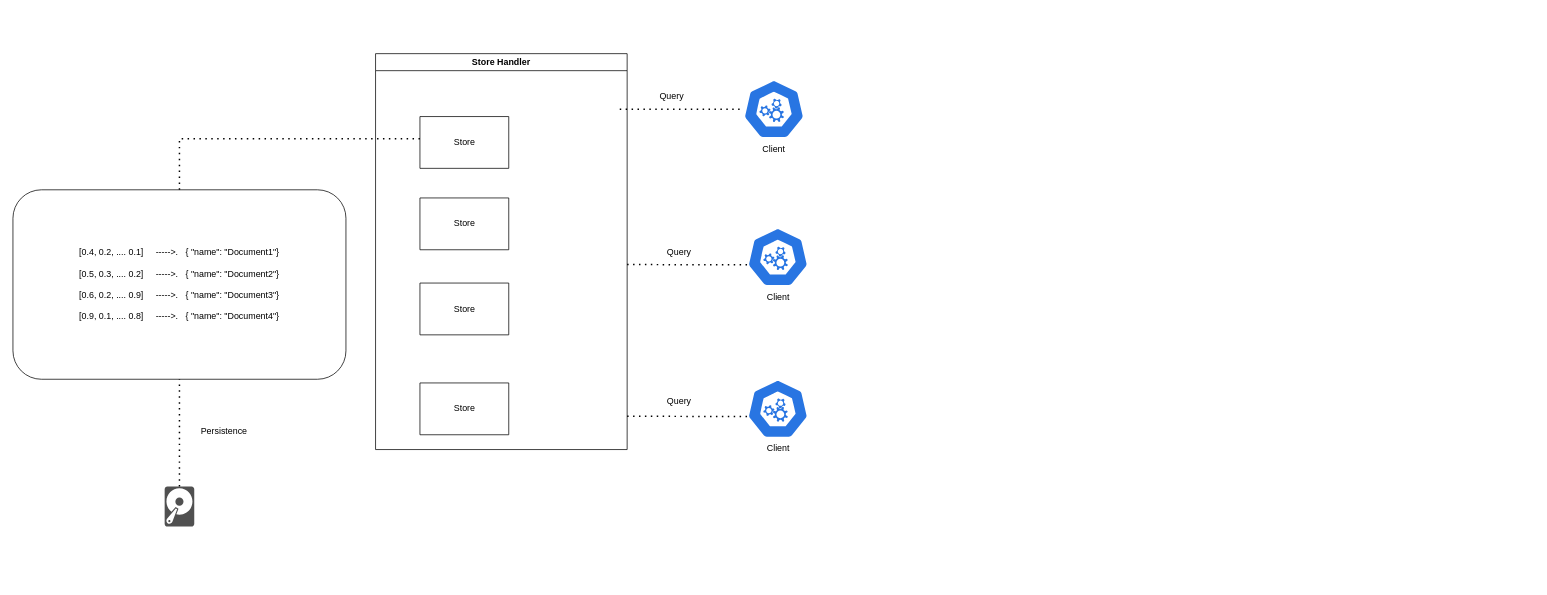
Before: assets/ahnlich.drawio in deven96/ahnlich, a draw.io diagram. Source tidied: cells renumbered, new cells numbered last; positions are measured from the earlier drawing's top-left corner, leaving out a move shared by most shapes. Both pictures are drawn from the tidied source at 74%, with x=0, y=0 at pixel (13, 53).
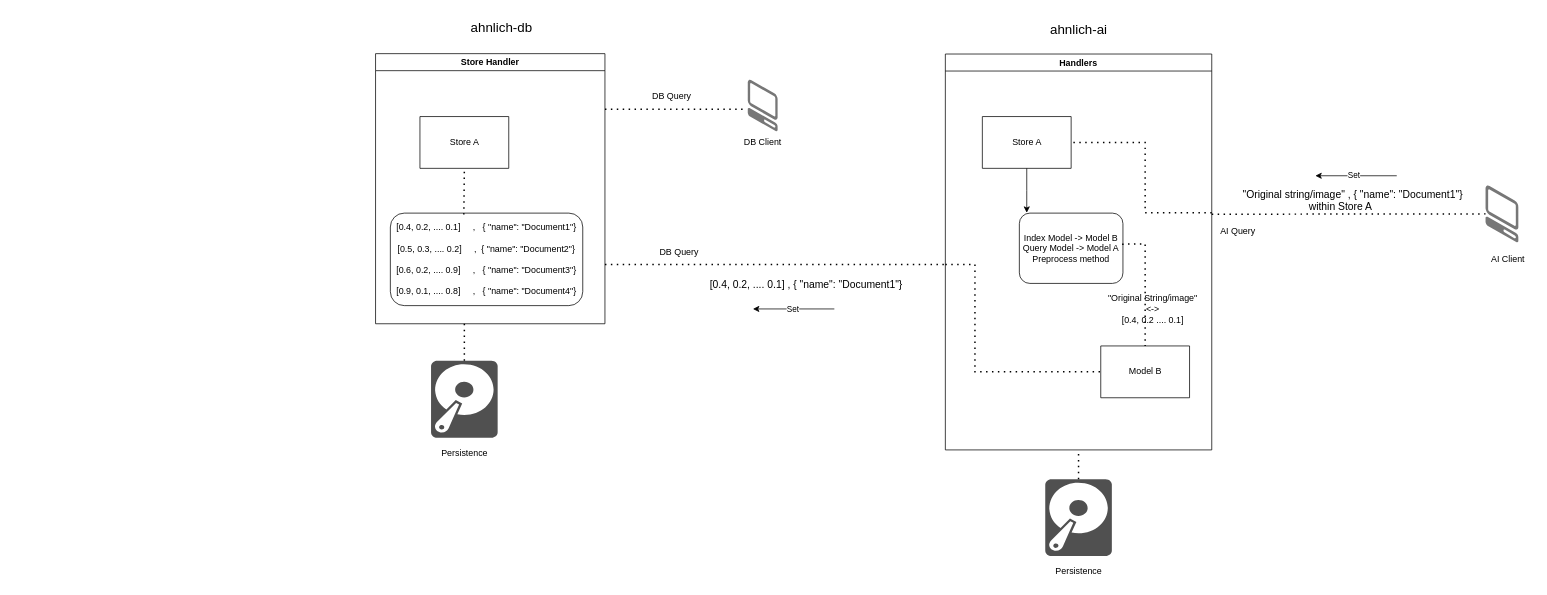
Above is the later version.

Commit message (it also covers changes not shown here):
Updating README and arch diagram

Unchanged cells that the change refers to:
```xml
<mxCell id="2" style="swimlane;startSize=0;" parent="1" vertex="1">
  <mxGeometry x="550" y="85" width="120" height="70" as="geometry" />
</mxCell>
```

Change to the diagram source:
```diff
@@
-    <mxCell id="3" value="Store" style="text;html=1;align=center;verticalAlign=middle;strokeColor=none;fillColor=none;" parent="2" vertex="1">
-      <mxGeometry x="35" y="20" width="50" height="30" as="geometry" />
+    <mxCell id="3" value="Store A" style="text;html=1;align=center;verticalAlign=middle;strokeColor=none;fillColor=none;" parent="2" vertex="1">
+      <mxGeometry x="30" y="20" width="60" height="30" as="geometry" />
     </mxCell>
-    <mxCell id="4" style="swimlane;startSize=0;" parent="1" vertex="1">
-      <mxGeometry x="550" y="195" width="120" height="70" as="geometry" />
-    </mxCell>
-    <mxCell id="5" value="Store" style="text;html=1;align=center;verticalAlign=middle;strokeColor=none;fillColor=none;" parent="4" vertex="1">
-      <mxGeometry x="35" y="20" width="50" height="30" as="geometry" />
-    </mxCell>
-    <mxCell id="6" style="swimlane;startSize=0;" parent="1" vertex="1">
-      <mxGeometry x="550" y="310" width="120" height="70" as="geometry" />
-    </mxCell>
-    <mxCell id="7" value="Store" style="text;html=1;align=center;verticalAlign=middle;strokeColor=none;fillColor=none;" parent="6" vertex="1">
-      <mxGeometry x="35" y="20" width="50" height="30" as="geometry" />
-    </mxCell>
-    <mxCell id="8" style="swimlane;startSize=0;" parent="1" vertex="1">
-      <mxGeometry x="550" y="445" width="120" height="70" as="geometry" />
-    </mxCell>
-    <mxCell id="9" value="Store" style="text;html=1;align=center;verticalAlign=middle;strokeColor=none;fillColor=none;" parent="8" vertex="1">
-      <mxGeometry x="35" y="20" width="50" height="30" as="geometry" />
-    </mxCell>
     <mxCell id="10" style="sketch=0;shadow=0;dashed=0;html=1;strokeColor=none;fillColor=#505050;labelPosition=center;verticalLabelPosition=bottom;verticalAlign=top;outlineConnect=0;align=center;shape=mxgraph.office.devices.hard_disk;" parent="1" vertex="1">
-      <mxGeometry x="205" y="585" width="40" height="54" as="geometry" />
+      <mxGeometry x="565" y="415" width="90" height="104" as="geometry" />
     </mxCell>
-    <mxCell id="11" style="endArrow=none;dashed=1;html=1;dashPattern=1 3;strokeWidth=2;rounded=0;entryX=0.5;entryY=1;entryDx=0;entryDy=0;" parent="1" edge="1" source="10" target="23">
-      <mxGeometry relative="1" as="geometry" />
-    </mxCell>
     <mxCell id="12" value="Persistence" style="text;html=1;align=center;verticalAlign=middle;strokeColor=none;fillColor=none;" parent="1" vertex="1">
-      <mxGeometry x="240" y="495" width="90" height="30" as="geometry" />
+      <mxGeometry x="1395" y="685" width="90" height="30" as="geometry" />
     </mxCell>
     <mxCell id="13" value="Store Handler" style="swimlane;" parent="1" vertex="1">
-      <mxGeometry x="490" width="340" height="535" as="geometry" />
+      <mxGeometry x="490" width="310" height="365" as="geometry" />
     </mxCell>
-    <mxCell id="14" value="Client" style="sketch=0;html=1;dashed=0;whitespace=wrap;verticalLabelPosition=bottom;verticalAlign=top;fillColor=#2875E2;strokeColor=#ffffff;points=[[0.005,0.63,0],[0.1,0.2,0],[0.9,0.2,0],[0.5,0,0],[0.995,0.63,0],[0.72,0.99,0],[0.5,1,0],[0.28,0.99,0]];shape=mxgraph.kubernetes.icon2;prIcon=api;" parent="1" vertex="1">
-      <mxGeometry x="986.7" y="35" width="83.3" height="80" as="geometry" />
-    </mxCell>
-    <mxCell id="15" value="Client" style="sketch=0;html=1;dashed=0;whitespace=wrap;verticalLabelPosition=bottom;verticalAlign=top;fillColor=#2875E2;strokeColor=#ffffff;points=[[0.005,0.63,0],[0.1,0.2,0],[0.9,0.2,0],[0.5,0,0],[0.995,0.63,0],[0.72,0.99,0],[0.5,1,0],[0.28,0.99,0]];shape=mxgraph.kubernetes.icon2;prIcon=api;" parent="1" vertex="1">
-      <mxGeometry x="992" y="235" width="83.3" height="80" as="geometry" />
-    </mxCell>
-    <mxCell id="16" value="Client" style="sketch=0;html=1;dashed=0;whitespace=wrap;verticalLabelPosition=bottom;verticalAlign=top;fillColor=#2875E2;strokeColor=#ffffff;points=[[0.005,0.63,0],[0.1,0.2,0],[0.9,0.2,0],[0.5,0,0],[0.995,0.63,0],[0.72,0.99,0],[0.5,1,0],[0.28,0.99,0]];shape=mxgraph.kubernetes.icon2;prIcon=api;" parent="1" vertex="1">
-      <mxGeometry x="992" y="440" width="83.3" height="80" as="geometry" />
-    </mxCell>
+    <mxCell id="23" value="[0.4, 0.2, .... 0.1]&amp;nbsp; &amp;nbsp; &amp;nbsp;,&amp;nbsp; &amp;nbsp;{ &quot;name&quot;: &quot;Document1&quot;}&lt;div&gt;&lt;br&gt;&lt;/div&gt;&lt;div&gt;[0.5, 0.3, .... 0.2]&amp;nbsp; &amp;nbsp; &amp;nbsp;,&amp;nbsp; { &quot;name&quot;: &quot;Document2&quot;}&lt;br&gt;&lt;/div&gt;&lt;div&gt;&lt;br&gt;&lt;/div&gt;&lt;div&gt;[0.6, 0.2, .... 0.9]&amp;nbsp; &amp;nbsp; &amp;nbsp;,&amp;nbsp; &amp;nbsp;{ &quot;name&quot;: &quot;Document3&quot;}&lt;br&gt;&lt;/div&gt;&lt;div&gt;&lt;br&gt;&lt;/div&gt;&lt;div&gt;[0.9, 0.1, .... 0.8]&amp;nbsp; &amp;nbsp; &amp;nbsp;,&amp;nbsp; &amp;nbsp;{ &quot;name&quot;: &quot;Document4&quot;}&lt;br&gt;&lt;/div&gt;" style="rounded=1;whiteSpace=wrap;html=1;" parent="13" vertex="1">
+      <mxGeometry x="20" y="215.5" width="260" height="125" as="geometry" />
+    </mxCell>
-    <mxCell id="17" style="endArrow=none;dashed=1;html=1;dashPattern=1 3;strokeWidth=2;rounded=0;" parent="1" edge="1" target="14">
+    <mxCell id="17" style="endArrow=none;dashed=1;html=1;dashPattern=1 3;strokeWidth=2;rounded=0;" parent="1" edge="1">
       <mxGeometry relative="1" as="geometry">
-        <mxPoint x="820" y="75" as="sourcePoint" />
+        <mxPoint x="800" y="75" as="sourcePoint" />
+        <mxPoint x="986.7" y="75" as="targetPoint" />
       </mxGeometry>
     </mxCell>
-    <mxCell id="18" value="Query" style="text;html=1;align=center;verticalAlign=middle;strokeColor=none;fillColor=none;" parent="1" vertex="1">
-      <mxGeometry x="860" y="43" width="60" height="30" as="geometry" />
+    <mxCell id="18" value="DB Query" style="text;html=1;align=center;verticalAlign=middle;strokeColor=none;fillColor=none;" parent="1" vertex="1">
+      <mxGeometry x="850" y="43" width="80" height="30" as="geometry" />
     </mxCell>
-    <mxCell id="19" style="endArrow=none;dashed=1;html=1;dashPattern=1 3;strokeWidth=2;rounded=0;entryX=0.005;entryY=0.63;entryDx=0;entryDy=0;entryPerimeter=0;" parent="1" edge="1" target="15">
+    <mxCell id="19" style="endArrow=none;dashed=1;html=1;dashPattern=1 3;strokeWidth=2;rounded=0;" parent="1" edge="1">
       <mxGeometry relative="1" as="geometry">
-        <mxPoint x="830" y="285" as="sourcePoint" />
+        <mxPoint x="800" y="285" as="sourcePoint" />
+        <mxPoint x="1260" y="285" as="targetPoint" />
       </mxGeometry>
     </mxCell>
-    <mxCell id="20" value="Query" style="text;html=1;align=center;verticalAlign=middle;strokeColor=none;fillColor=none;" parent="1" vertex="1">
-      <mxGeometry x="870" y="253" width="60" height="30" as="geometry" />
+    <mxCell id="20" value="DB Query" style="text;html=1;align=center;verticalAlign=middle;strokeColor=none;fillColor=none;" parent="1" vertex="1">
+      <mxGeometry x="860" y="253" width="80" height="30" as="geometry" />
     </mxCell>
-    <mxCell id="21" style="endArrow=none;dashed=1;html=1;dashPattern=1 3;strokeWidth=2;rounded=0;entryX=0.005;entryY=0.63;entryDx=0;entryDy=0;entryPerimeter=0;" parent="1" edge="1" target="16">
-      <mxGeometry relative="1" as="geometry">
-        <mxPoint x="830" y="490" as="sourcePoint" />
-      </mxGeometry>
-    </mxCell>
-    <mxCell id="22" value="Query" style="text;html=1;align=center;verticalAlign=middle;strokeColor=none;fillColor=none;" parent="1" vertex="1">
-      <mxGeometry x="870" y="455" width="60" height="30" as="geometry" />
-    </mxCell>
-    <mxCell id="23" value="[0.4, 0.2, .... 0.1]&amp;nbsp; &amp;nbsp; &amp;nbsp;-----&amp;gt;.&amp;nbsp; &amp;nbsp;{ &quot;name&quot;: &quot;Document1&quot;}&lt;div&gt;&lt;br&gt;&lt;/div&gt;&lt;div&gt;[0.5, 0.3, .... 0.2]&amp;nbsp; &amp;nbsp; &amp;nbsp;-----&amp;gt;.&amp;nbsp; &amp;nbsp;{ &quot;name&quot;: &quot;Document2&quot;}&lt;br&gt;&lt;/div&gt;&lt;div&gt;&lt;br&gt;&lt;/div&gt;&lt;div&gt;[0.6, 0.2, .... 0.9]&amp;nbsp; &amp;nbsp; &amp;nbsp;-----&amp;gt;.&amp;nbsp; &amp;nbsp;{ &quot;name&quot;: &quot;Document3&quot;}&lt;br&gt;&lt;/div&gt;&lt;div&gt;&lt;br&gt;&lt;/div&gt;&lt;div&gt;[0.9, 0.1, .... 0.8]&amp;nbsp; &amp;nbsp; &amp;nbsp;-----&amp;gt;.&amp;nbsp; &amp;nbsp;{ &quot;name&quot;: &quot;Document4&quot;}&lt;br&gt;&lt;/div&gt;" style="rounded=1;whiteSpace=wrap;html=1;" parent="1" vertex="1">
-      <mxGeometry y="184" width="450" height="256" as="geometry" />
-    </mxCell>
-    <mxCell id="24" style="endArrow=none;dashed=1;html=1;dashPattern=1 3;strokeWidth=2;rounded=0;exitX=0.5;exitY=0;exitDx=0;exitDy=0;" parent="1" edge="1" source="23">
-      <mxGeometry relative="1" as="geometry">
-        <mxPoint x="550" y="115" as="targetPoint" />
-        <Array as="points">
-          <mxPoint x="225" y="115" />
-        </Array>
-      </mxGeometry>
-    </mxCell>
+    <mxCell id="25" value="&lt;font style=&quot;font-size: 18px;&quot;&gt;ahnlich-db&lt;/font&gt;" style="text;html=1;align=center;verticalAlign=middle;strokeColor=none;fillColor=none;" parent="1" vertex="1">
+      <mxGeometry x="605" y="-55" width="110" height="40" as="geometry" />
+    </mxCell>
+    <mxCell id="26" style="verticalLabelPosition=bottom;html=1;verticalAlign=top;strokeWidth=1;align=center;dashed=0;shape=mxgraph.aws3d.client;strokeColor=none;fillColor=#777777;" parent="1" vertex="1">
+      <mxGeometry x="993" y="35" width="40.4" height="70" as="geometry" />
+    </mxCell>
+    <mxCell id="27" value="DB Client" style="text;html=1;align=center;verticalAlign=middle;strokeColor=none;fillColor=none;" parent="1" vertex="1">
+      <mxGeometry x="978.2" y="105" width="70" height="30" as="geometry" />
+    </mxCell>
+    <mxCell id="28" value="Handlers" style="swimlane;" parent="1" vertex="1">
+      <mxGeometry x="1260" y="0.5" width="360" height="535" as="geometry" />
+    </mxCell>
+    <mxCell id="29" style="edgeStyle=orthogonalEdgeStyle;rounded=0;jettySize=auto;html=1;" parent="28" edge="1" source="6">
+      <mxGeometry relative="1" as="geometry">
+        <mxPoint x="110" y="214.5" as="targetPoint" />
+      </mxGeometry>
+    </mxCell>
+    <mxCell id="6" style="swimlane;startSize=0;" parent="28" vertex="1">
+      <mxGeometry x="50" y="84.5" width="120" height="70" as="geometry" />
+    </mxCell>
+    <mxCell id="7" value="Store A" style="text;html=1;align=center;verticalAlign=middle;strokeColor=none;fillColor=none;" parent="6" vertex="1">
+      <mxGeometry x="30" y="20" width="60" height="30" as="geometry" />
+    </mxCell>
+    <mxCell id="30" value="Index Model -&amp;gt; Model B&lt;div&gt;Query Model -&amp;gt; Model A&lt;/div&gt;&lt;div&gt;Preprocess method&lt;/div&gt;" style="rounded=1;whiteSpace=wrap;html=1;" parent="28" vertex="1">
+      <mxGeometry x="100" y="215" width="140" height="95" as="geometry" />
+    </mxCell>
+    <mxCell id="31" value="&quot;Original String/image&quot;&lt;div&gt;&amp;lt;-&amp;gt;&lt;/div&gt;&lt;div&gt;[0.4, 0.2 .... 0.1]&lt;/div&gt;" style="text;html=1;align=center;verticalAlign=middle;strokeColor=none;fillColor=none;" parent="28" vertex="1">
+      <mxGeometry x="210" y="314.5" width="140" height="60" as="geometry" />
+    </mxCell>
+    <mxCell id="32" value="&lt;font style=&quot;font-size: 18px;&quot;&gt;ahnlich-ai&lt;/font&gt;" style="text;html=1;align=center;verticalAlign=middle;strokeColor=none;fillColor=none;" parent="1" vertex="1">
+      <mxGeometry x="1390" y="-52" width="100" height="40" as="geometry" />
+    </mxCell>
+    <mxCell id="33" value="&lt;font style=&quot;font-size: 14px;&quot;&gt;[0.4, 0.2, .... 0.1] , { &quot;name&quot;: &quot;Document1&quot;}&lt;/font&gt;" style="text;whiteSpace=wrap;html=1;" parent="1" vertex="1">
+      <mxGeometry x="940" y="297" width="310" height="30" as="geometry" />
+    </mxCell>
+    <mxCell id="34" style="verticalLabelPosition=bottom;html=1;verticalAlign=top;strokeWidth=1;align=center;outlineConnect=0;dashed=0;outlineConnect=0;shape=mxgraph.aws3d.client;strokeColor=none;fillColor=#777777;" parent="1" vertex="1">
+      <mxGeometry x="1990" y="178" width="44.4" height="77" as="geometry" />
+    </mxCell>
+    <mxCell id="35" style="endArrow=none;dashed=1;html=1;dashPattern=1 3;strokeWidth=2;rounded=0;" parent="1" edge="1" target="34">
+      <mxGeometry relative="1" as="geometry">
+        <mxPoint x="1620" y="217" as="sourcePoint" />
+      </mxGeometry>
+    </mxCell>
+    <mxCell id="36" value="AI Client" style="text;html=1;align=center;verticalAlign=middle;strokeColor=none;fillColor=none;" parent="1" vertex="1">
+      <mxGeometry x="1985" y="263" width="70" height="30" as="geometry" />
+    </mxCell>
+    <mxCell id="37" style="endArrow=classic;html=1;rounded=0;" parent="1" edge="1">
+      <mxGeometry relative="1" as="geometry">
+        <mxPoint x="1110" y="345" as="sourcePoint" />
+        <mxPoint x="1000" y="345" as="targetPoint" />
+      </mxGeometry>
+    </mxCell>
+    <mxCell id="38" value="Set" style="edgeLabel;html=1;align=center;verticalAlign=middle;" parent="37" vertex="1">
+      <mxGeometry x="0.03" y="-1" relative="1" as="geometry" />
+    </mxCell>
+    <mxCell id="39" style="endArrow=classic;html=1;rounded=0;" parent="1" edge="1">
+      <mxGeometry relative="1" as="geometry">
+        <mxPoint x="1870" y="165" as="sourcePoint" />
+        <mxPoint x="1760" y="165" as="targetPoint" />
+      </mxGeometry>
+    </mxCell>
+    <mxCell id="40" value="Set" style="edgeLabel;html=1;align=center;verticalAlign=middle;" parent="39" vertex="1">
+      <mxGeometry x="0.07" y="-1" relative="1" as="geometry" />
+    </mxCell>
+    <mxCell id="41" value="&lt;font style=&quot;font-size: 14px;&quot;&gt;&quot;Original string/image&quot; , { &quot;name&quot;: &quot;Document1&quot;}&lt;/font&gt;&lt;div&gt;&lt;font style=&quot;font-size: 14px;&quot;&gt;&amp;nbsp; &amp;nbsp; &amp;nbsp; &amp;nbsp; &amp;nbsp; &amp;nbsp; &amp;nbsp; &amp;nbsp; &amp;nbsp; &amp;nbsp; &amp;nbsp; &amp;nbsp;within Store A&lt;/font&gt;&lt;/div&gt;" style="text;whiteSpace=wrap;html=1;" parent="1" vertex="1">
+      <mxGeometry x="1660" y="175" width="310" height="30" as="geometry" />
+    </mxCell>
+    <mxCell id="42" value="AI Query" style="text;html=1;align=center;verticalAlign=middle;strokeColor=none;fillColor=none;" parent="1" vertex="1">
+      <mxGeometry x="1620" y="225" width="70" height="30" as="geometry" />
+    </mxCell>
+    <mxCell id="43" style="swimlane;startSize=0;" parent="1" vertex="1">
+      <mxGeometry x="1470" y="395" width="120" height="70" as="geometry" />
+    </mxCell>
+    <mxCell id="44" value="Model B" style="text;html=1;align=center;verticalAlign=middle;strokeColor=none;fillColor=none;" parent="43" vertex="1">
+      <mxGeometry x="25" y="20" width="70" height="30" as="geometry" />
+    </mxCell>
+    <mxCell id="45" style="endArrow=none;dashed=1;html=1;dashPattern=1 3;strokeWidth=2;rounded=0;entryX=1;entryY=0.5;entryDx=0;entryDy=0;" parent="1" edge="1" target="6">
+      <mxGeometry relative="1" as="geometry">
+        <mxPoint x="1620" y="215" as="sourcePoint" />
+        <Array as="points">
+          <mxPoint x="1530" y="215" />
+          <mxPoint x="1530" y="120" />
+        </Array>
+      </mxGeometry>
+    </mxCell>
+    <mxCell id="46" style="endArrow=none;dashed=1;html=1;dashPattern=1 3;strokeWidth=2;rounded=0;entryX=0.5;entryY=0;entryDx=0;entryDy=0;exitX=0.992;exitY=0.442;exitDx=0;exitDy=0;exitPerimeter=0;" parent="1" edge="1" source="30" target="43">
+      <mxGeometry relative="1" as="geometry">
+        <Array as="points">
+          <mxPoint x="1530" y="257" />
+        </Array>
+      </mxGeometry>
+    </mxCell>
+    <mxCell id="47" style="endArrow=none;dashed=1;html=1;dashPattern=1 3;strokeWidth=2;rounded=0;entryX=0.5;entryY=1;entryDx=0;entryDy=0;exitX=0.382;exitY=0.016;exitDx=0;exitDy=0;exitPerimeter=0;" parent="1" edge="1" source="23" target="2">
+      <mxGeometry relative="1" as="geometry" />
+    </mxCell>
+    <mxCell id="48" style="sketch=0;shadow=0;dashed=0;html=1;strokeColor=none;fillColor=#505050;labelPosition=center;verticalLabelPosition=bottom;verticalAlign=top;outlineConnect=0;align=center;shape=mxgraph.office.devices.hard_disk;" parent="1" vertex="1">
+      <mxGeometry x="1395" y="575" width="90" height="104" as="geometry" />
+    </mxCell>
+    <mxCell id="49" value="Persistence" style="text;html=1;align=center;verticalAlign=middle;strokeColor=none;fillColor=none;" parent="1" vertex="1">
+      <mxGeometry x="565" y="525" width="90" height="30" as="geometry" />
+    </mxCell>
+    <mxCell id="50" style="endArrow=none;dashed=1;html=1;dashPattern=1 3;strokeWidth=2;rounded=0;" parent="1" edge="1" source="10">
+      <mxGeometry relative="1" as="geometry">
+        <mxPoint x="610" y="365" as="targetPoint" />
+      </mxGeometry>
+    </mxCell>
+    <mxCell id="51" style="endArrow=none;dashed=1;html=1;dashPattern=1 3;strokeWidth=2;rounded=0;entryX=0.5;entryY=1;entryDx=0;entryDy=0;" parent="1" edge="1" source="48" target="28">
+      <mxGeometry relative="1" as="geometry" />
+    </mxCell>
+    <mxCell id="52" style="endArrow=none;dashed=1;html=1;dashPattern=1 3;strokeWidth=2;rounded=0;entryX=0;entryY=0.5;entryDx=0;entryDy=0;" parent="1" edge="1" target="43">
+      <mxGeometry relative="1" as="geometry">
+        <mxPoint x="1260" y="285" as="sourcePoint" />
+        <Array as="points">
+          <mxPoint x="1300" y="285" />
+          <mxPoint x="1300" y="430" />
+        </Array>
+      </mxGeometry>
+    </mxCell>
```
